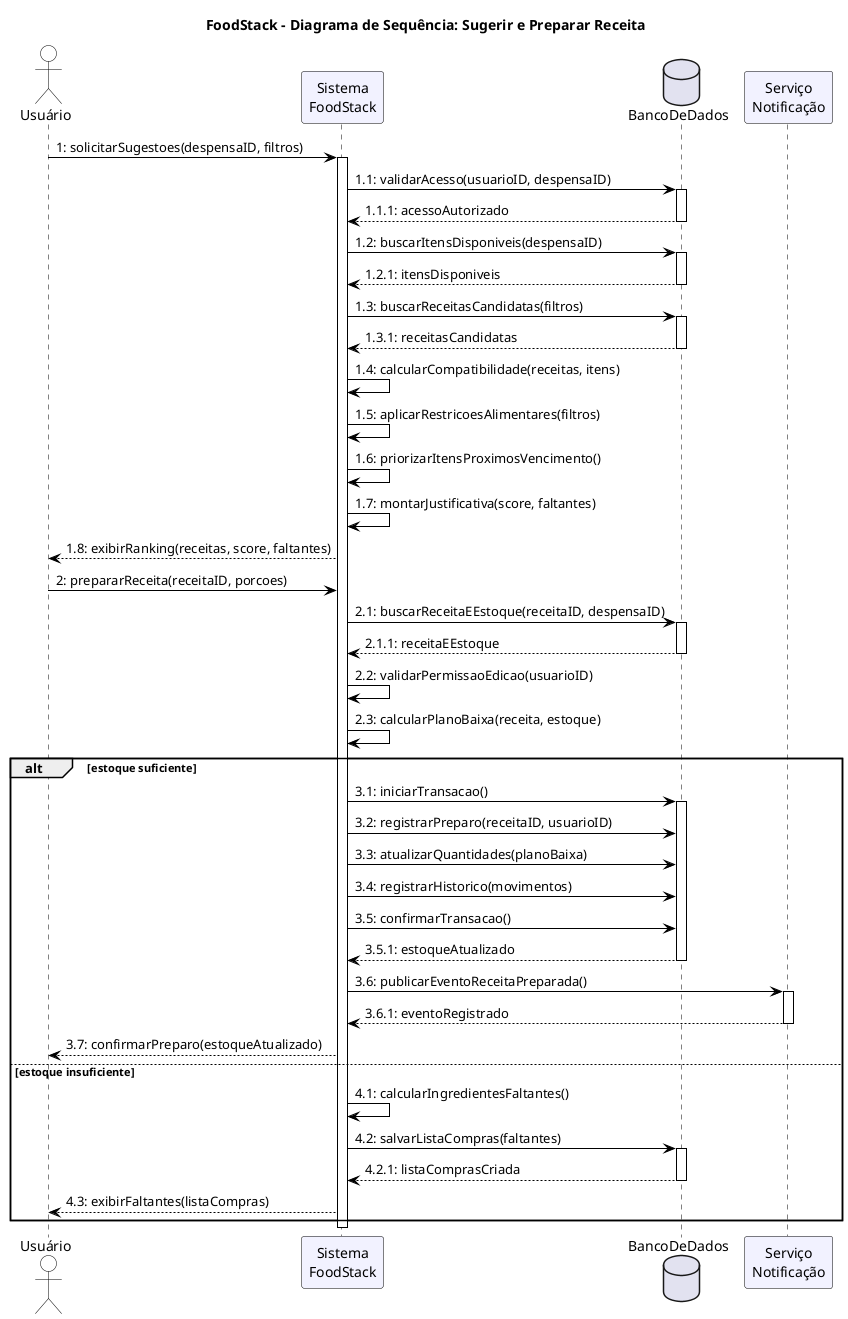
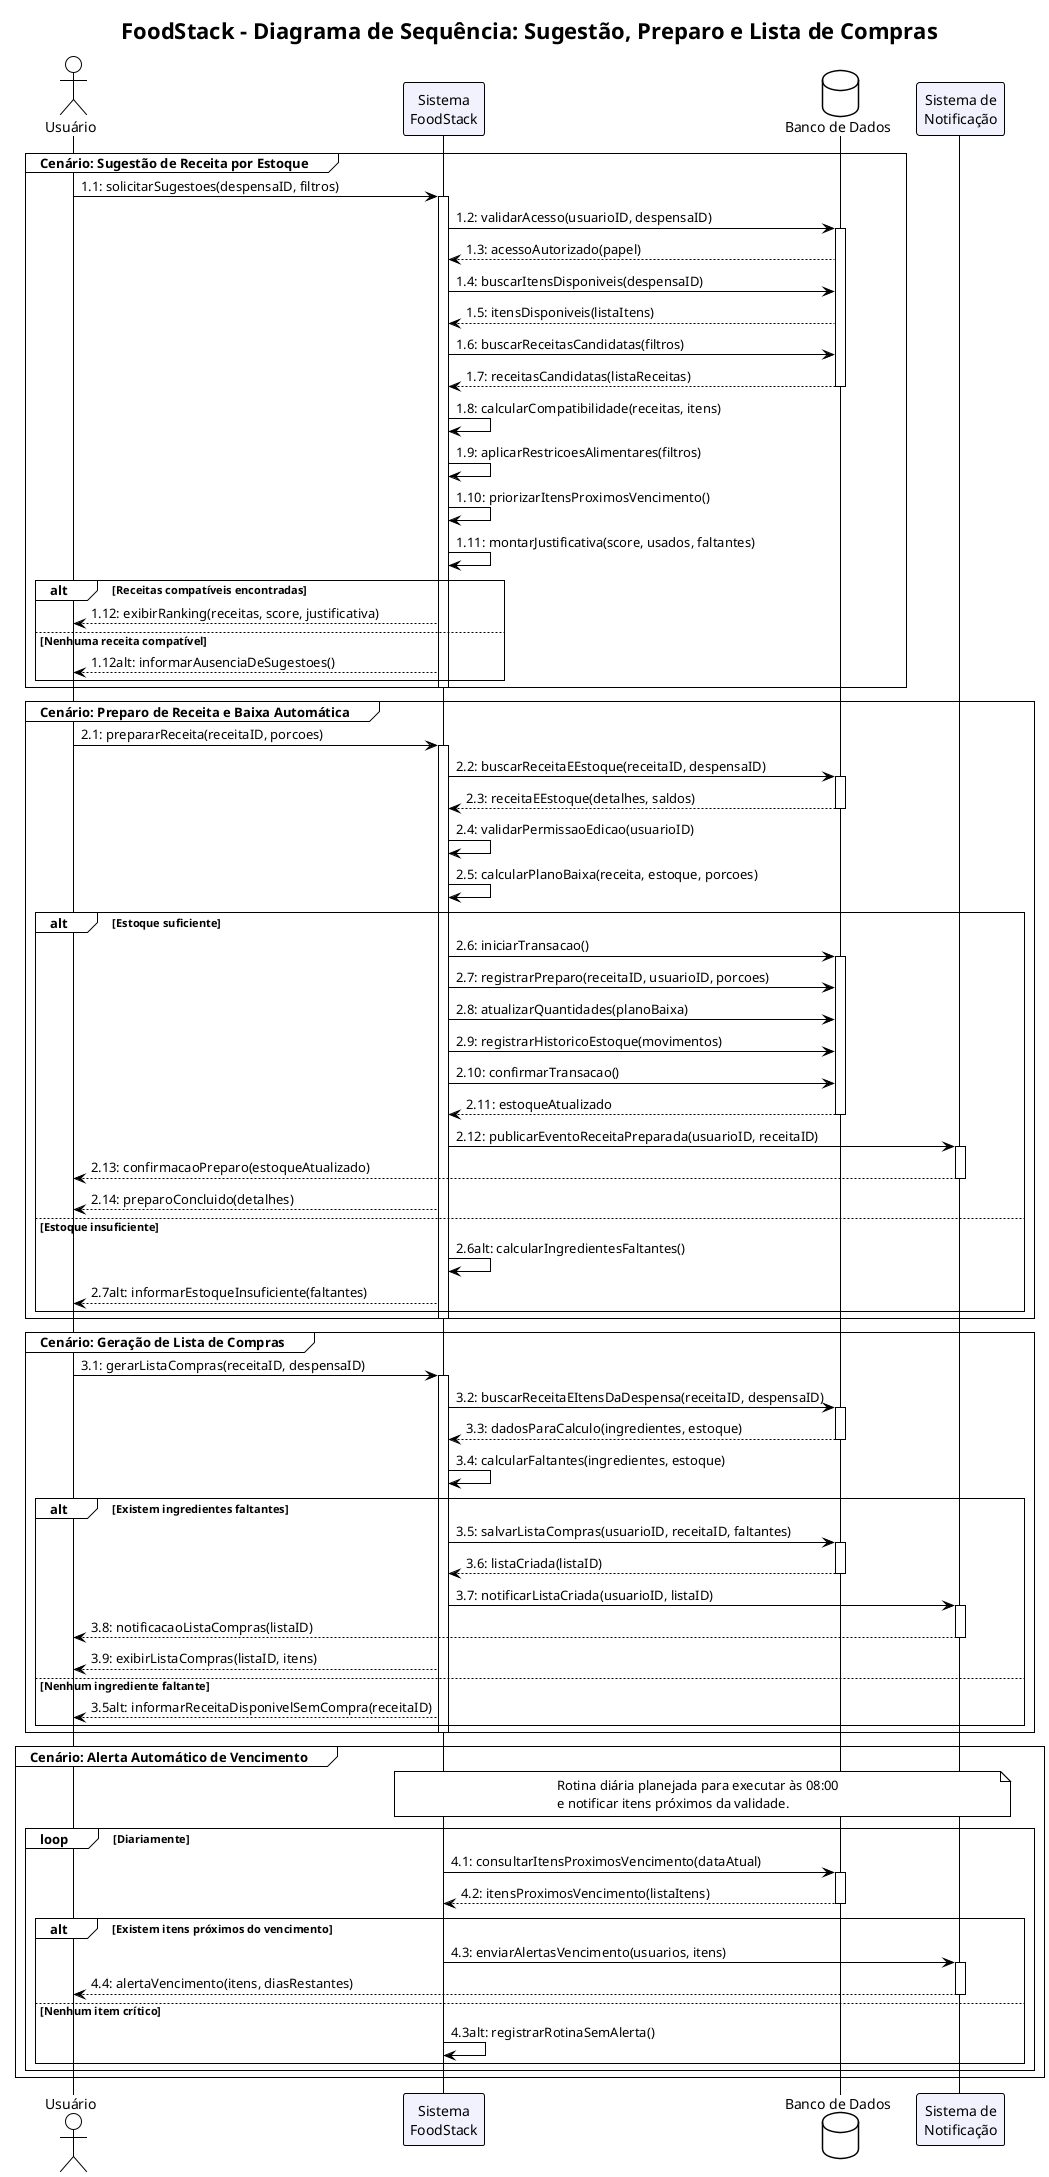
@startuml
- title FoodStack - Diagrama de Sequência: Sugerir e Preparar Receita
+ !theme plain
+ title FoodStack - Diagrama de Sequência: Sugestão, Preparo e Lista de Compras

skinparam shadowing false
skinparam defaultFontName Arial
skinparam sequence {
  ArrowColor Black
  LifeLineBorderColor Black
  ParticipantBorderColor Black
  ParticipantBackgroundColor #F2F2FF
  ActorBorderColor Black
  ActorBackgroundColor White
  DatabaseBorderColor Black
  DatabaseBackgroundColor White
}

- actor "Usuário" as Usuario
- participant "Sistema\nFoodStack" as Sistema
- database "BancoDeDados" as BancoDeDados
- participant "Serviço\nNotificação" as Notificacao
+ actor "Usuário" as U
+ participant "Sistema\nFoodStack" as SF
+ database "Banco de Dados" as BD
+ participant "Sistema de\nNotificação" as SN

- Usuario -> Sistema : 1: solicitarSugestoes(despensaID, filtros)
- activate Sistema
+ group Cenário: Sugestão de Receita por Estoque

- Sistema -> BancoDeDados : 1.1: validarAcesso(usuarioID, despensaID)
- activate BancoDeDados
- BancoDeDados --> Sistema : 1.1.1: acessoAutorizado
- deactivate BancoDeDados
+   U -> SF: 1.1: solicitarSugestoes(despensaID, filtros)
+   activate SF

- Sistema -> BancoDeDados : 1.2: buscarItensDisponiveis(despensaID)
- activate BancoDeDados
- BancoDeDados --> Sistema : 1.2.1: itensDisponiveis
- deactivate BancoDeDados
+   SF -> BD: 1.2: validarAcesso(usuarioID, despensaID)
+   activate BD
+   BD --> SF: 1.3: acessoAutorizado(papel)

- Sistema -> BancoDeDados : 1.3: buscarReceitasCandidatas(filtros)
- activate BancoDeDados
- BancoDeDados --> Sistema : 1.3.1: receitasCandidatas
- deactivate BancoDeDados
+   SF -> BD: 1.4: buscarItensDisponiveis(despensaID)
+   BD --> SF: 1.5: itensDisponiveis(listaItens)

- Sistema -> Sistema : 1.4: calcularCompatibilidade(receitas, itens)
- Sistema -> Sistema : 1.5: aplicarRestricoesAlimentares(filtros)
- Sistema -> Sistema : 1.6: priorizarItensProximosVencimento()
- Sistema -> Sistema : 1.7: montarJustificativa(score, faltantes)
- Sistema --> Usuario : 1.8: exibirRanking(receitas, score, faltantes)
+   SF -> BD: 1.6: buscarReceitasCandidatas(filtros)
+   BD --> SF: 1.7: receitasCandidatas(listaReceitas)
+   deactivate BD

- Usuario -> Sistema : 2: prepararReceita(receitaID, porcoes)
+   SF -> SF: 1.8: calcularCompatibilidade(receitas, itens)
+   SF -> SF: 1.9: aplicarRestricoesAlimentares(filtros)
+   SF -> SF: 1.10: priorizarItensProximosVencimento()
+   SF -> SF: 1.11: montarJustificativa(score, usados, faltantes)

- Sistema -> BancoDeDados : 2.1: buscarReceitaEEstoque(receitaID, despensaID)
- activate BancoDeDados
- BancoDeDados --> Sistema : 2.1.1: receitaEEstoque
- deactivate BancoDeDados
+   alt Receitas compatíveis encontradas
+     SF --> U: 1.12: exibirRanking(receitas, score, justificativa)
+   else Nenhuma receita compatível
+     SF --> U: 1.12alt: informarAusenciaDeSugestoes()
+   end

- Sistema -> Sistema : 2.2: validarPermissaoEdicao(usuarioID)
- Sistema -> Sistema : 2.3: calcularPlanoBaixa(receita, estoque)
- 
- alt estoque suficiente
-   Sistema -> BancoDeDados : 3.1: iniciarTransacao()
-   activate BancoDeDados
-   Sistema -> BancoDeDados : 3.2: registrarPreparo(receitaID, usuarioID)
-   Sistema -> BancoDeDados : 3.3: atualizarQuantidades(planoBaixa)
-   Sistema -> BancoDeDados : 3.4: registrarHistorico(movimentos)
-   Sistema -> BancoDeDados : 3.5: confirmarTransacao()
-   BancoDeDados --> Sistema : 3.5.1: estoqueAtualizado
-   deactivate BancoDeDados
-   Sistema -> Notificacao : 3.6: publicarEventoReceitaPreparada()
-   activate Notificacao
-   Notificacao --> Sistema : 3.6.1: eventoRegistrado
-   deactivate Notificacao
-   Sistema --> Usuario : 3.7: confirmarPreparo(estoqueAtualizado)
- else estoque insuficiente
-   Sistema -> Sistema : 4.1: calcularIngredientesFaltantes()
-   Sistema -> BancoDeDados : 4.2: salvarListaCompras(faltantes)
-   activate BancoDeDados
-   BancoDeDados --> Sistema : 4.2.1: listaComprasCriada
-   deactivate BancoDeDados
-   Sistema --> Usuario : 4.3: exibirFaltantes(listaCompras)
+   deactivate SF
end

- deactivate Sistema
+ group Cenário: Preparo de Receita e Baixa Automática
+ 
+   U -> SF: 2.1: prepararReceita(receitaID, porcoes)
+   activate SF
+ 
+   SF -> BD: 2.2: buscarReceitaEEstoque(receitaID, despensaID)
+   activate BD
+   BD --> SF: 2.3: receitaEEstoque(detalhes, saldos)
+   deactivate BD
+ 
+   SF -> SF: 2.4: validarPermissaoEdicao(usuarioID)
+   SF -> SF: 2.5: calcularPlanoBaixa(receita, estoque, porcoes)
+ 
+   alt Estoque suficiente
+     SF -> BD: 2.6: iniciarTransacao()
+     activate BD
+     SF -> BD: 2.7: registrarPreparo(receitaID, usuarioID, porcoes)
+     SF -> BD: 2.8: atualizarQuantidades(planoBaixa)
+     SF -> BD: 2.9: registrarHistoricoEstoque(movimentos)
+     SF -> BD: 2.10: confirmarTransacao()
+     BD --> SF: 2.11: estoqueAtualizado
+     deactivate BD
+ 
+     SF -> SN: 2.12: publicarEventoReceitaPreparada(usuarioID, receitaID)
+     activate SN
+     SN --> U: 2.13: confirmacaoPreparo(estoqueAtualizado)
+     deactivate SN
+ 
+     SF --> U: 2.14: preparoConcluido(detalhes)
+ 
+   else Estoque insuficiente
+     SF -> SF: 2.6alt: calcularIngredientesFaltantes()
+     SF --> U: 2.7alt: informarEstoqueInsuficiente(faltantes)
+   end
+ 
+   deactivate SF
+ end
+ 
+ group Cenário: Geração de Lista de Compras
+ 
+   U -> SF: 3.1: gerarListaCompras(receitaID, despensaID)
+   activate SF
+ 
+   SF -> BD: 3.2: buscarReceitaEItensDaDespensa(receitaID, despensaID)
+   activate BD
+   BD --> SF: 3.3: dadosParaCalculo(ingredientes, estoque)
+   deactivate BD
+ 
+   SF -> SF: 3.4: calcularFaltantes(ingredientes, estoque)
+ 
+   alt Existem ingredientes faltantes
+     SF -> BD: 3.5: salvarListaCompras(usuarioID, receitaID, faltantes)
+     activate BD
+     BD --> SF: 3.6: listaCriada(listaID)
+     deactivate BD
+ 
+     SF -> SN: 3.7: notificarListaCriada(usuarioID, listaID)
+     activate SN
+     SN --> U: 3.8: notificacaoListaCompras(listaID)
+     deactivate SN
+ 
+     SF --> U: 3.9: exibirListaCompras(listaID, itens)
+ 
+   else Nenhum ingrediente faltante
+     SF --> U: 3.5alt: informarReceitaDisponivelSemCompra(receitaID)
+   end
+ 
+   deactivate SF
+ end
+ 
+ group Cenário: Alerta Automático de Vencimento
+ 
+   note over SF, SN: Rotina diária planejada para executar às 08:00\ne notificar itens próximos da validade.
+ 
+   loop Diariamente
+     SF -> BD: 4.1: consultarItensProximosVencimento(dataAtual)
+     activate BD
+     BD --> SF: 4.2: itensProximosVencimento(listaItens)
+     deactivate BD
+ 
+     alt Existem itens próximos do vencimento
+       SF -> SN: 4.3: enviarAlertasVencimento(usuarios, itens)
+       activate SN
+       SN --> U: 4.4: alertaVencimento(itens, diasRestantes)
+       deactivate SN
+     else Nenhum item crítico
+       SF -> SF: 4.3alt: registrarRotinaSemAlerta()
+     end
+   end
+ end
+ 
@enduml
